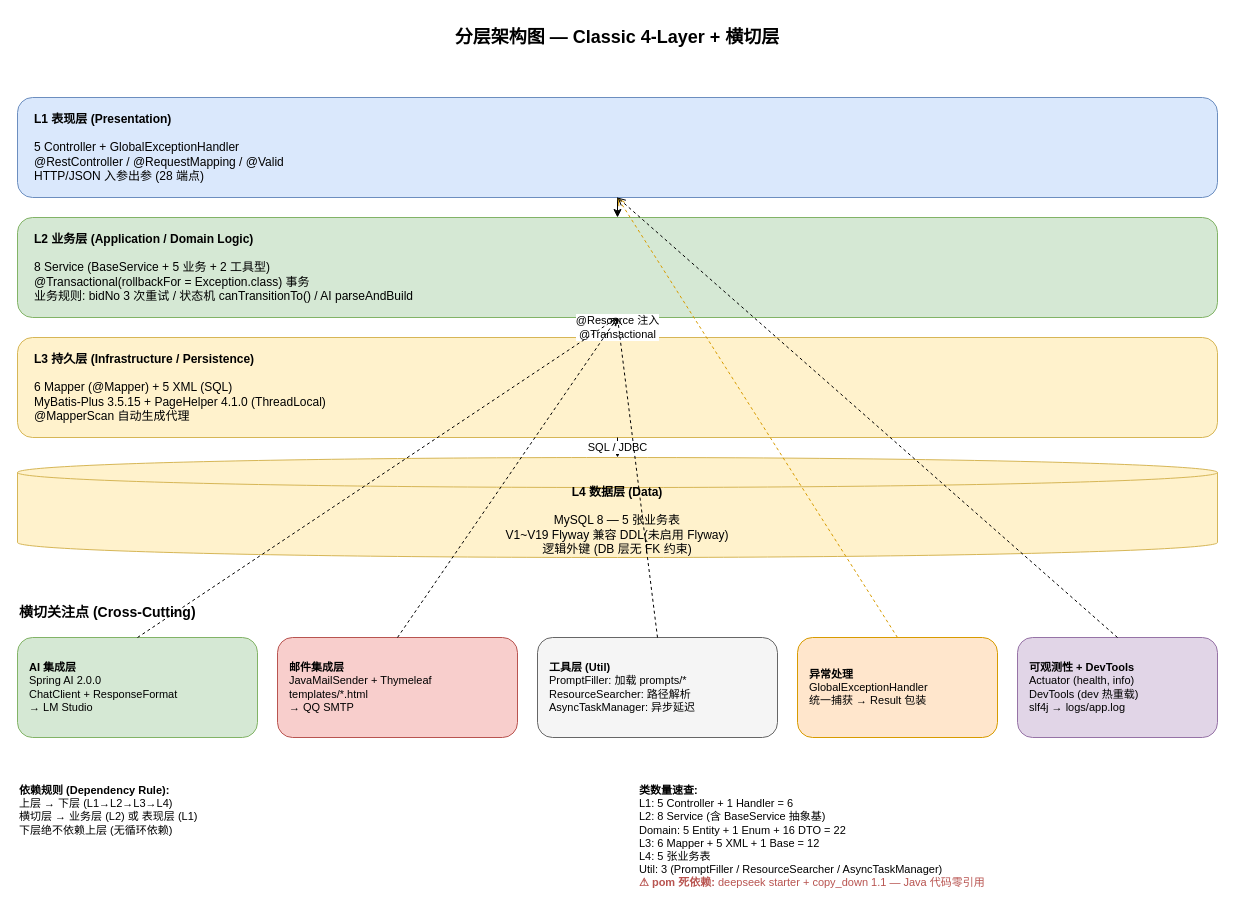
The draw.io diagram page "4-Layered Architecture" (4 of 7) of docs/architecture-diagram.drawio in Jianshi-Lu/smart-bid-platform-be, before the edit. Source tidied: cells renumbered, new cells numbered last; positions are measured from the earlier drawing's top-left corner, leaving out a move shared by most shapes. Both pictures are drawn from the tidied source at 100%, with x=0, y=0 at pixel (17, 17).
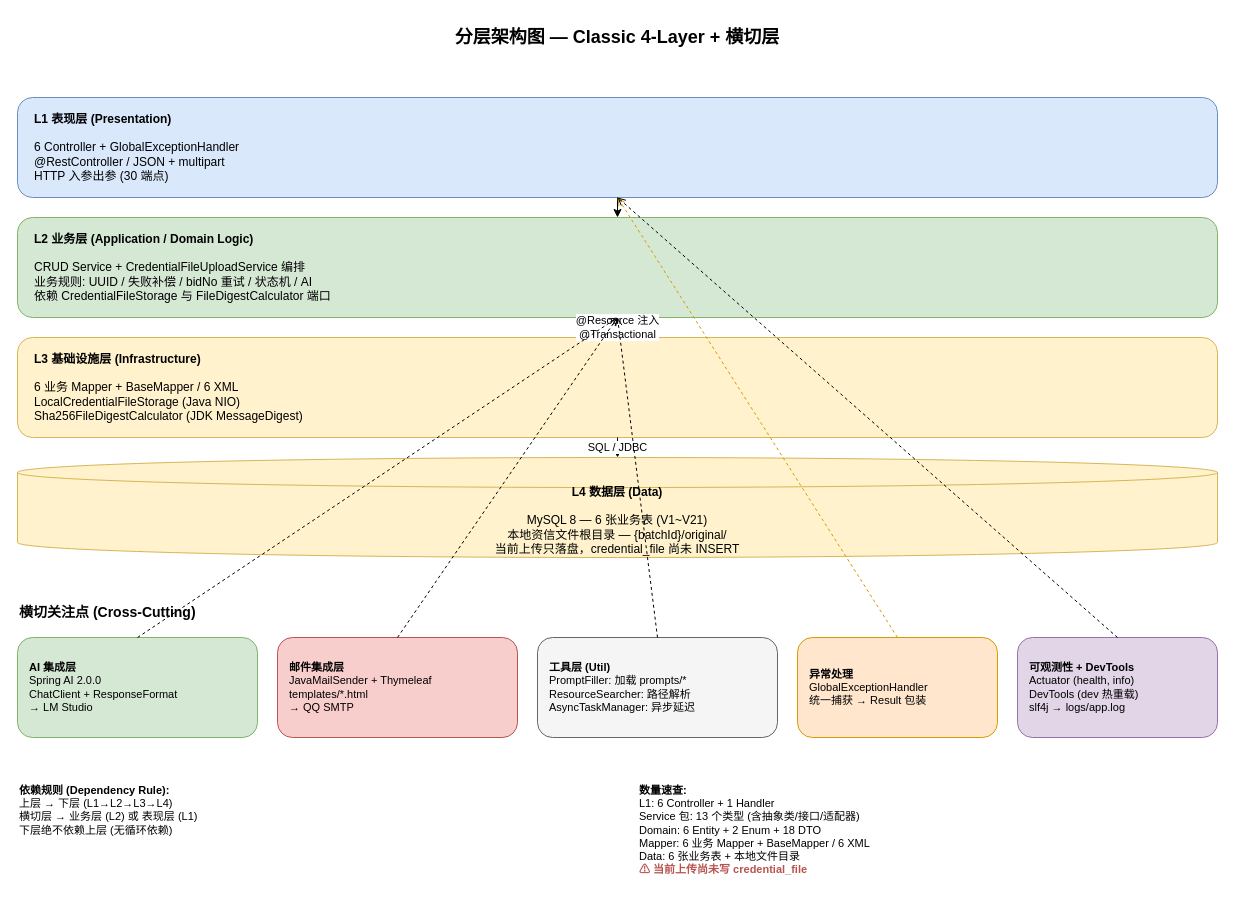
After the change.

The edit, as a diff of the source:
```diff
@@
-    <mxCell id="3" value="&lt;b&gt;L1 表现层 (Presentation)&lt;/b&gt;&lt;br&gt;&lt;br&gt;5 Controller + GlobalExceptionHandler&#10;@RestController / @RequestMapping / @Valid&#10;HTTP/JSON 入参出参 (28 端点)" style="rounded=1;whiteSpace=wrap;html=1;fillColor=#dae8fc;strokeColor=#6c8ebf;fontSize=12;align=left;spacingLeft=15;" parent="1" vertex="1">
+    <mxCell id="3" value="&lt;b&gt;L1 表现层 (Presentation)&lt;/b&gt;&lt;br&gt;&lt;br&gt;6 Controller + GlobalExceptionHandler&#10;@RestController / JSON + multipart&#10;HTTP 入参出参 (30 端点)" style="rounded=1;whiteSpace=wrap;html=1;fillColor=#dae8fc;strokeColor=#6c8ebf;fontSize=12;align=left;spacingLeft=15;" parent="1" vertex="1">
       <mxGeometry y="80" width="1200" height="100" as="geometry" />
     </mxCell>
-    <mxCell id="4" value="&lt;b&gt;L2 业务层 (Application / Domain Logic)&lt;/b&gt;&lt;br&gt;&lt;br&gt;8 Service (BaseService + 5 业务 + 2 工具型)&#10;@Transactional(rollbackFor = Exception.class) 事务&#10;业务规则: bidNo 3 次重试 / 状态机 canTransitionTo() / AI parseAndBuild" style="rounded=1;whiteSpace=wrap;html=1;fillColor=#d5e8d4;strokeColor=#82b366;fontSize=12;align=left;spacingLeft=15;" parent="1" vertex="1">
+    <mxCell id="4" value="&lt;b&gt;L2 业务层 (Application / Domain Logic)&lt;/b&gt;&lt;br&gt;&lt;br&gt;CRUD Service + CredentialFileUploadService 编排&#10;业务规则: UUID / 失败补偿 / bidNo 重试 / 状态机 / AI&#10;依赖 CredentialFileStorage 与 FileDigestCalculator 端口" style="rounded=1;whiteSpace=wrap;html=1;fillColor=#d5e8d4;strokeColor=#82b366;fontSize=12;align=left;spacingLeft=15;" parent="1" vertex="1">
       <mxGeometry y="200" width="1200" height="100" as="geometry" />
     </mxCell>
-    <mxCell id="5" value="&lt;b&gt;L3 持久层 (Infrastructure / Persistence)&lt;/b&gt;&lt;br&gt;&lt;br&gt;6 Mapper (@Mapper) + 5 XML (SQL)&#10;MyBatis-Plus 3.5.15 + PageHelper 4.1.0 (ThreadLocal)&#10;@MapperScan 自动生成代理" style="rounded=1;whiteSpace=wrap;html=1;fillColor=#fff2cc;strokeColor=#d6b656;fontSize=12;align=left;spacingLeft=15;" parent="1" vertex="1">
+    <mxCell id="5" value="&lt;b&gt;L3 基础设施层 (Infrastructure)&lt;/b&gt;&lt;br&gt;&lt;br&gt;6 业务 Mapper + BaseMapper / 6 XML&#10;LocalCredentialFileStorage (Java NIO)&#10;Sha256FileDigestCalculator (JDK MessageDigest)" style="rounded=1;whiteSpace=wrap;html=1;fillColor=#fff2cc;strokeColor=#d6b656;fontSize=12;align=left;spacingLeft=15;" parent="1" vertex="1">
       <mxGeometry y="320" width="1200" height="100" as="geometry" />
     </mxCell>
-    <mxCell id="6" value="&lt;b&gt;L4 数据层 (Data)&lt;/b&gt;&lt;br&gt;&lt;br&gt;MySQL 8 — 5 张业务表&#10;V1~V19 Flyway 兼容 DDL(未启用 Flyway)&#10;逻辑外键 (DB 层无 FK 约束)" style="shape=cylinder3;whiteSpace=wrap;html=1;boundedLbl=1;backgroundOutline=1;size=15;fillColor=#fff2cc;strokeColor=#d6b656;fontSize=12;align=center;" parent="1" vertex="1">
+    <mxCell id="6" value="&lt;b&gt;L4 数据层 (Data)&lt;/b&gt;&lt;br&gt;&lt;br&gt;MySQL 8 — 6 张业务表 (V1~V21)&#10;本地资信文件根目录 — {batchId}/original/&#10;当前上传只落盘，credential_file 尚未 INSERT" style="shape=cylinder3;whiteSpace=wrap;html=1;boundedLbl=1;backgroundOutline=1;size=15;fillColor=#fff2cc;strokeColor=#d6b656;fontSize=12;align=center;" parent="1" vertex="1">
       <mxGeometry y="440" width="1200" height="100" as="geometry" />
     </mxCell>
@@
-    <mxCell id="22" value="&lt;b&gt;类数量速查:&lt;/b&gt;&lt;br&gt;  L1: 5 Controller + 1 Handler = 6&lt;br&gt;  L2: 8 Service (含 BaseService 抽象基)&lt;br&gt;  Domain: 5 Entity + 1 Enum + 16 DTO = 22&lt;br&gt;  L3: 6 Mapper + 5 XML + 1 Base = 12&lt;br&gt;  L4: 5 张业务表&#10;  Util: 3 (PromptFiller / ResourceSearcher / AsyncTaskManager)&#10;  &lt;font color=&quot;#b85450&quot;&gt;&lt;b&gt;⚠ pom 死依赖:&lt;/b&gt;&lt;/font&gt;&lt;font color=&quot;#b85450&quot;&gt; deepseek starter + copy_down 1.1 — Java 代码零引用&lt;/font&gt;" style="text;html=1;strokeColor=none;fillColor=none;align=left;fontSize=11;verticalAlign=top;" parent="1" vertex="1">
+    <mxCell id="22" value="&lt;b&gt;数量速查:&lt;/b&gt;&lt;br&gt;  L1: 6 Controller + 1 Handler&lt;br&gt;  Service 包: 13 个类型 (含抽象类/接口/适配器)&lt;br&gt;  Domain: 6 Entity + 2 Enum + 18 DTO&lt;br&gt;  Mapper: 6 业务 Mapper + BaseMapper / 6 XML&lt;br&gt;  Data: 6 张业务表 + 本地文件目录&#10;  &lt;font color=&quot;#b85450&quot;&gt;&lt;b&gt;⚠ 当前上传尚未写 credential_file&lt;/b&gt;&lt;/font&gt;" style="text;html=1;strokeColor=none;fillColor=none;align=left;fontSize=11;verticalAlign=top;" parent="1" vertex="1">
       <mxGeometry x="620" y="760" width="580" height="120" as="geometry" />
     </mxCell>
```
